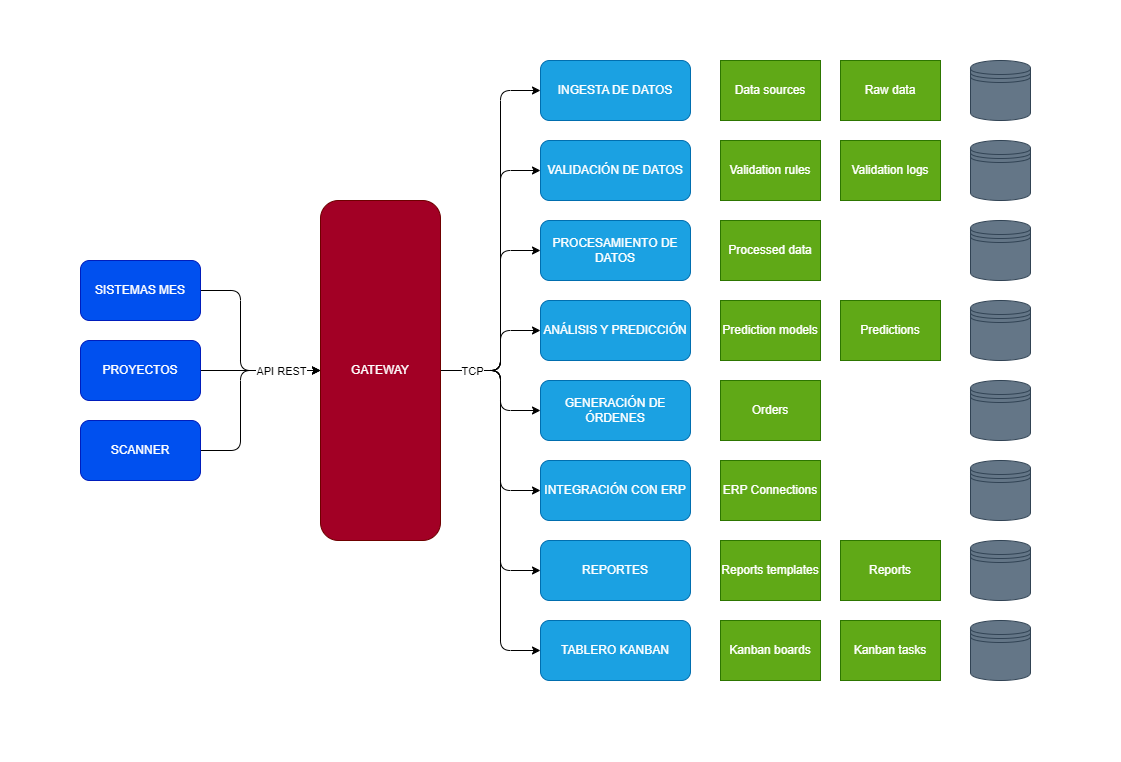
The draw.io diagram diagrams/arquitecturaInicial.drawio.png in SupplyChainKanban/sck_data-ingestion_ms, before a commit. Source tidied: cells renumbered, new cells last; positions are measured from the earlier drawing's top-left corner, leaving out a move shared by most shapes.
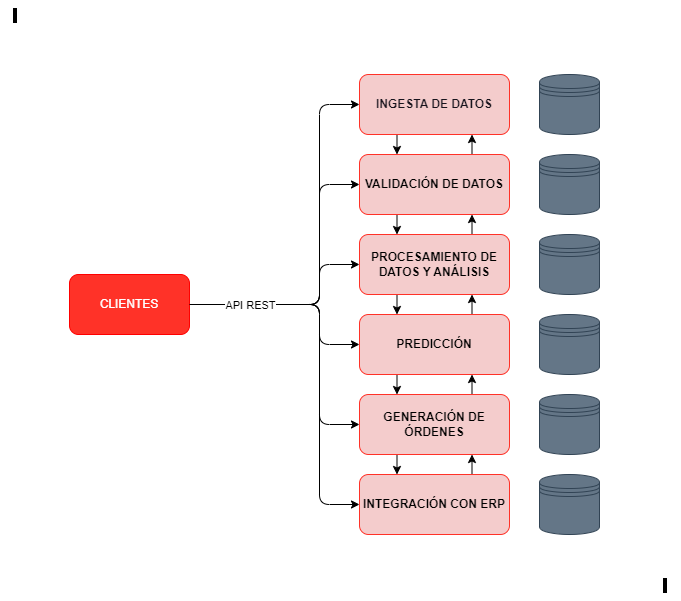
Later version of the same file.

Diff of the diagram source:
```diff
@@ -2,182 +2,115 @@
   <root>
     <mxCell id="0" />
     <mxCell id="1" parent="0" />
-    <mxCell id="2" style="edgeStyle=none;html=1;exitX=1;exitY=0.5;exitDx=0;exitDy=0;" parent="1" edge="1" source="3">
-      <mxGeometry relative="1" as="geometry">
-        <mxPoint x="320" y="370" as="targetPoint" />
-        <Array as="points">
-          <mxPoint x="240" y="290" />
-          <mxPoint x="240" y="370" />
-        </Array>
-      </mxGeometry>
-    </mxCell>
-    <mxCell id="3" value="SISTEMAS MES" style="rounded=1;whiteSpace=wrap;html=1;fillColor=#0050ef;fontColor=#ffffff;strokeColor=#001DBC;" parent="1" vertex="1">
-      <mxGeometry x="80" y="260" width="120" height="60" as="geometry" />
-    </mxCell>
-    <mxCell id="4" style="edgeStyle=none;html=1;exitX=1;exitY=0.5;exitDx=0;exitDy=0;entryX=0;entryY=0.5;entryDx=0;entryDy=0;" parent="1" edge="1" source="5" target="18">
-      <mxGeometry relative="1" as="geometry" />
-    </mxCell>
-    <mxCell id="5" value="PROYECTOS" style="rounded=1;whiteSpace=wrap;html=1;fillColor=#0050ef;fontColor=#ffffff;strokeColor=#001DBC;" parent="1" vertex="1">
-      <mxGeometry x="80" y="340" width="120" height="60" as="geometry" />
-    </mxCell>
-    <mxCell id="6" style="edgeStyle=none;html=1;exitX=1;exitY=0.5;exitDx=0;exitDy=0;" parent="1" edge="1" source="8">
-      <mxGeometry relative="1" as="geometry">
-        <mxPoint x="320" y="370" as="targetPoint" />
-        <Array as="points">
-          <mxPoint x="240" y="450" />
-          <mxPoint x="240" y="370" />
-        </Array>
-      </mxGeometry>
-    </mxCell>
-    <mxCell id="7" value="API REST" style="edgeLabel;html=1;align=center;verticalAlign=middle;" parent="6" vertex="1">
-      <mxGeometry x="0.47" relative="1" as="geometry">
-        <mxPoint x="13" as="offset" />
-      </mxGeometry>
-    </mxCell>
-    <mxCell id="8" value="SCANNER" style="rounded=1;whiteSpace=wrap;html=1;fillColor=#0050ef;fontColor=#ffffff;strokeColor=#001DBC;" parent="1" vertex="1">
-      <mxGeometry x="80" y="420" width="120" height="60" as="geometry" />
-    </mxCell>
-    <mxCell id="9" style="edgeStyle=none;html=1;exitX=1;exitY=0.5;exitDx=0;exitDy=0;entryX=0;entryY=0.5;entryDx=0;entryDy=0;" parent="1" edge="1" source="18" target="19">
-      <mxGeometry relative="1" as="geometry">
-        <Array as="points">
-          <mxPoint x="500" y="370" />
-          <mxPoint x="500" y="90" />
-        </Array>
-      </mxGeometry>
-    </mxCell>
-    <mxCell id="10" style="edgeStyle=none;html=1;exitX=1;exitY=0.5;exitDx=0;exitDy=0;entryX=0;entryY=0.5;entryDx=0;entryDy=0;" parent="1" edge="1" source="18" target="26">
-      <mxGeometry relative="1" as="geometry">
-        <Array as="points">
-          <mxPoint x="500" y="370" />
-          <mxPoint x="500" y="650" />
-        </Array>
-      </mxGeometry>
-    </mxCell>
-    <mxCell id="11" style="edgeStyle=none;html=1;exitX=1;exitY=0.5;exitDx=0;exitDy=0;entryX=0;entryY=0.5;entryDx=0;entryDy=0;" parent="1" edge="1" source="18" target="20">
-      <mxGeometry relative="1" as="geometry">
-        <Array as="points">
-          <mxPoint x="500" y="370" />
-          <mxPoint x="500" y="170" />
-        </Array>
-      </mxGeometry>
-    </mxCell>
-    <mxCell id="12" style="edgeStyle=none;html=1;exitX=1;exitY=0.5;exitDx=0;exitDy=0;entryX=0;entryY=0.5;entryDx=0;entryDy=0;" parent="1" edge="1" source="18" target="25">
-      <mxGeometry relative="1" as="geometry">
-        <Array as="points">
-          <mxPoint x="500" y="370" />
-          <mxPoint x="500" y="570" />
-        </Array>
-      </mxGeometry>
-    </mxCell>
-    <mxCell id="13" style="edgeStyle=none;html=1;exitX=1;exitY=0.5;exitDx=0;exitDy=0;entryX=0;entryY=0.5;entryDx=0;entryDy=0;" parent="1" edge="1" source="18" target="21">
-      <mxGeometry relative="1" as="geometry">
-        <Array as="points">
-          <mxPoint x="500" y="370" />
-          <mxPoint x="500" y="250" />
-        </Array>
-      </mxGeometry>
-    </mxCell>
-    <mxCell id="14" style="edgeStyle=none;html=1;exitX=1;exitY=0.5;exitDx=0;exitDy=0;entryX=0;entryY=0.5;entryDx=0;entryDy=0;" parent="1" edge="1" source="18" target="24">
-      <mxGeometry relative="1" as="geometry">
-        <Array as="points">
-          <mxPoint x="500" y="370" />
-          <mxPoint x="500" y="490" />
-        </Array>
-      </mxGeometry>
-    </mxCell>
-    <mxCell id="15" style="edgeStyle=none;html=1;exitX=1;exitY=0.5;exitDx=0;exitDy=0;entryX=0;entryY=0.5;entryDx=0;entryDy=0;" parent="1" edge="1" source="18" target="22">
-      <mxGeometry relative="1" as="geometry">
-        <Array as="points">
-          <mxPoint x="500" y="370" />
-          <mxPoint x="500" y="330" />
-        </Array>
-      </mxGeometry>
-    </mxCell>
-    <mxCell id="16" style="edgeStyle=none;html=1;exitX=1;exitY=0.5;exitDx=0;exitDy=0;entryX=0;entryY=0.5;entryDx=0;entryDy=0;" parent="1" edge="1" source="18" target="23">
-      <mxGeometry relative="1" as="geometry">
-        <Array as="points">
-          <mxPoint x="500" y="370" />
-          <mxPoint x="500" y="410" />
-        </Array>
-      </mxGeometry>
-    </mxCell>
-    <mxCell id="17" value="TCP" style="edgeLabel;html=1;align=center;verticalAlign=middle;" parent="16" vertex="1">
-      <mxGeometry x="-0.39" relative="1" as="geometry">
-        <mxPoint x="-12" as="offset" />
-      </mxGeometry>
-    </mxCell>
-    <mxCell id="18" value="GATEWAY" style="rounded=1;whiteSpace=wrap;html=1;fillColor=#a20025;fontColor=#ffffff;strokeColor=#6F0000;" parent="1" vertex="1">
-      <mxGeometry x="320" y="200" width="120" height="340" as="geometry" />
+    <mxCell id="18" value="CLIENTES" style="rounded=1;whiteSpace=wrap;html=1;fillColor=#ff3228;fontColor=#ffffff;strokeColor=#FF0000;" parent="1" vertex="1">
+      <mxGeometry x="500" y="420" width="120" height="60" as="geometry" />
     </mxCell>
-    <mxCell id="19" value="INGESTA DE DATOS" style="rounded=1;whiteSpace=wrap;html=1;fillColor=#1ba1e2;fontColor=#ffffff;strokeColor=#006EAF;" parent="1" vertex="1">
-      <mxGeometry x="540" y="60" width="150" height="60" as="geometry" />
-    </mxCell>
-    <mxCell id="20" value="VALIDACIÓN DE DATOS" style="rounded=1;whiteSpace=wrap;html=1;fillColor=#1ba1e2;fontColor=#ffffff;strokeColor=#006EAF;" parent="1" vertex="1">
-      <mxGeometry x="540" y="140" width="150" height="60" as="geometry" />
-    </mxCell>
-    <mxCell id="21" value="PROCESAMIENTO DE DATOS" style="rounded=1;whiteSpace=wrap;html=1;fillColor=#1ba1e2;fontColor=#ffffff;strokeColor=#006EAF;" parent="1" vertex="1">
-      <mxGeometry x="540" y="220" width="150" height="60" as="geometry" />
-    </mxCell>
-    <mxCell id="22" value="ANÁLISIS Y PREDICCIÓN" style="rounded=1;whiteSpace=wrap;html=1;fillColor=#1ba1e2;fontColor=#ffffff;strokeColor=#006EAF;" parent="1" vertex="1">
-      <mxGeometry x="540" y="300" width="150" height="60" as="geometry" />
-    </mxCell>
-    <mxCell id="23" value="GENERACIÓN DE ÓRDENES" style="rounded=1;whiteSpace=wrap;html=1;fillColor=#1ba1e2;fontColor=#ffffff;strokeColor=#006EAF;" parent="1" vertex="1">
-      <mxGeometry x="540" y="380" width="150" height="60" as="geometry" />
-    </mxCell>
-    <mxCell id="24" value="INTEGRACIÓN CON ERP" style="rounded=1;whiteSpace=wrap;html=1;fillColor=#1ba1e2;fontColor=#ffffff;strokeColor=#006EAF;" parent="1" vertex="1">
-      <mxGeometry x="540" y="460" width="150" height="60" as="geometry" />
+    <mxCell id="24" style="edgeStyle=none;html=1;exitX=1;exitY=0.5;exitDx=0;exitDy=0;entryX=0;entryY=0.5;entryDx=0;entryDy=0;" parent="1" edge="1" target="11">
+      <mxGeometry relative="1" as="geometry">
+        <mxPoint x="690" y="450" as="sourcePoint" />
+        <Array as="points">
+          <mxPoint x="750" y="450" />
+          <mxPoint x="750" y="250" />
+        </Array>
+      </mxGeometry>
     </mxCell>
-    <mxCell id="25" value="REPORTES" style="rounded=1;whiteSpace=wrap;html=1;fillColor=#1ba1e2;fontColor=#ffffff;strokeColor=#006EAF;" parent="1" vertex="1">
-      <mxGeometry x="540" y="540" width="150" height="60" as="geometry" />
+    <mxCell id="25" style="edgeStyle=none;html=1;exitX=1;exitY=0.5;exitDx=0;exitDy=0;entryX=0;entryY=0.5;entryDx=0;entryDy=0;" parent="1" edge="1" target="16">
+      <mxGeometry relative="1" as="geometry">
+        <mxPoint x="690" y="450" as="sourcePoint" />
+        <Array as="points">
+          <mxPoint x="750" y="450" />
+          <mxPoint x="750" y="650" />
+        </Array>
+      </mxGeometry>
     </mxCell>
-    <mxCell id="26" value="TABLERO KANBAN" style="rounded=1;whiteSpace=wrap;html=1;fillColor=#1ba1e2;fontColor=#ffffff;strokeColor=#006EAF;" parent="1" vertex="1">
-      <mxGeometry x="540" y="620" width="150" height="60" as="geometry" />
+    <mxCell id="26" style="edgeStyle=none;html=1;exitX=1;exitY=0.5;exitDx=0;exitDy=0;entryX=0;entryY=0.5;entryDx=0;entryDy=0;" parent="1" edge="1" target="12">
+      <mxGeometry relative="1" as="geometry">
+        <mxPoint x="690" y="450" as="sourcePoint" />
+        <Array as="points">
+          <mxPoint x="750" y="450" />
+          <mxPoint x="750" y="330" />
+        </Array>
+      </mxGeometry>
     </mxCell>
-    <mxCell id="27" value="Data sources" style="rounded=0;whiteSpace=wrap;html=1;fillColor=#60a917;fontColor=#ffffff;strokeColor=#2D7600;" parent="1" vertex="1">
-      <mxGeometry x="720" y="60" width="100" height="60" as="geometry" />
-    </mxCell>
-    <mxCell id="28" value="Raw data" style="rounded=0;whiteSpace=wrap;html=1;fillColor=#60a917;fontColor=#ffffff;strokeColor=#2D7600;" parent="1" vertex="1">
-      <mxGeometry x="840" y="60" width="100" height="60" as="geometry" />
-    </mxCell>
-    <mxCell id="29" value="Validation rules" style="rounded=0;whiteSpace=wrap;html=1;fillColor=#60a917;fontColor=#ffffff;strokeColor=#2D7600;" parent="1" vertex="1">
-      <mxGeometry x="720" y="140" width="100" height="60" as="geometry" />
-    </mxCell>
-    <mxCell id="30" value="Validation logs" style="rounded=0;whiteSpace=wrap;html=1;fillColor=#60a917;fontColor=#ffffff;strokeColor=#2D7600;" parent="1" vertex="1">
-      <mxGeometry x="840" y="140" width="100" height="60" as="geometry" />
-    </mxCell>
-    <mxCell id="31" value="Processed data" style="rounded=0;whiteSpace=wrap;html=1;fillColor=#60a917;fontColor=#ffffff;strokeColor=#2D7600;" parent="1" vertex="1">
-      <mxGeometry x="720" y="220" width="100" height="60" as="geometry" />
-    </mxCell>
-    <mxCell id="32" value="Prediction models" style="rounded=0;whiteSpace=wrap;html=1;fillColor=#60a917;fontColor=#ffffff;strokeColor=#2D7600;" parent="1" vertex="1">
-      <mxGeometry x="720" y="300" width="100" height="60" as="geometry" />
-    </mxCell>
-    <mxCell id="33" value="Predictions" style="rounded=0;whiteSpace=wrap;html=1;fillColor=#60a917;fontColor=#ffffff;strokeColor=#2D7600;" parent="1" vertex="1">
-      <mxGeometry x="840" y="300" width="100" height="60" as="geometry" />
-    </mxCell>
-    <mxCell id="34" value="Orders" style="rounded=0;whiteSpace=wrap;html=1;fillColor=#60a917;fontColor=#ffffff;strokeColor=#2D7600;" parent="1" vertex="1">
-      <mxGeometry x="720" y="380" width="100" height="60" as="geometry" />
-    </mxCell>
-    <mxCell id="35" value="ERP Connections" style="rounded=0;whiteSpace=wrap;html=1;fillColor=#60a917;fontColor=#ffffff;strokeColor=#2D7600;" parent="1" vertex="1">
-      <mxGeometry x="720" y="460" width="100" height="60" as="geometry" />
-    </mxCell>
-    <mxCell id="36" value="Reports templates" style="rounded=0;whiteSpace=wrap;html=1;fillColor=#60a917;fontColor=#ffffff;strokeColor=#2D7600;" parent="1" vertex="1">
-      <mxGeometry x="720" y="540" width="100" height="60" as="geometry" />
-    </mxCell>
-    <mxCell id="37" value="Reports" style="rounded=0;whiteSpace=wrap;html=1;fillColor=#60a917;fontColor=#ffffff;strokeColor=#2D7600;" parent="1" vertex="1">
-      <mxGeometry x="840" y="540" width="100" height="60" as="geometry" />
-    </mxCell>
-    <mxCell id="38" value="Kanban boards" style="rounded=0;whiteSpace=wrap;html=1;fillColor=#60a917;fontColor=#ffffff;strokeColor=#2D7600;" parent="1" vertex="1">
-      <mxGeometry x="720" y="620" width="100" height="60" as="geometry" />
-    </mxCell>
-    <mxCell id="39" value="Kanban tasks" style="rounded=0;whiteSpace=wrap;html=1;fillColor=#60a917;fontColor=#ffffff;strokeColor=#2D7600;" parent="1" vertex="1">
-      <mxGeometry x="840" y="620" width="100" height="60" as="geometry" />
-    </mxCell>
-    <mxCell id="40" style="shape=datastore;whiteSpace=wrap;html=1;fillColor=#647687;fontColor=#ffffff;strokeColor=#314354;" parent="1" vertex="1">
-      <mxGeometry x="970" y="60" width="60" height="60" as="geometry" />
-    </mxCell>
-    <mxCell id="41" style="shape=datastore;whiteSpace=wrap;html=1;fillColor=#647687;fontColor=#ffffff;strokeColor=#314354;" parent="1" vertex="1">
-      <mxGeometry x="970" y="140" width="60" height="60" as="geometry" />
-    </mxCell>
+    <mxCell id="4" style="edgeStyle=none;html=1;exitX=1;exitY=0.5;exitDx=0;exitDy=0;entryX=0;entryY=0.5;entryDx=0;entryDy=0;" parent="1" edge="1" target="15">
+      <mxGeometry relative="1" as="geometry">
+        <mxPoint x="690" y="450" as="sourcePoint" />
+        <Array as="points">
+          <mxPoint x="750" y="450" />
+          <mxPoint x="750" y="570" />
+        </Array>
+      </mxGeometry>
+    </mxCell>
+    <mxCell id="2" style="edgeStyle=none;html=1;exitX=1;exitY=0.5;exitDx=0;exitDy=0;entryX=0;entryY=0.5;entryDx=0;entryDy=0;" parent="1" edge="1" target="13">
+      <mxGeometry relative="1" as="geometry">
+        <mxPoint x="690" y="450" as="sourcePoint" />
+        <Array as="points">
+          <mxPoint x="750" y="450" />
+          <mxPoint x="750" y="410" />
+        </Array>
+      </mxGeometry>
+    </mxCell>
+    <mxCell id="6" style="edgeStyle=none;html=1;exitX=1;exitY=0.5;exitDx=0;exitDy=0;entryX=0;entryY=0.5;entryDx=0;entryDy=0;" parent="1" edge="1" source="18" target="14">
+      <mxGeometry relative="1" as="geometry">
+        <Array as="points">
+          <mxPoint x="750" y="450" />
+          <mxPoint x="750" y="490" />
+        </Array>
+      </mxGeometry>
+    </mxCell>
+    <mxCell id="7" value="API REST" style="edgeLabel;html=1;align=center;verticalAlign=middle;" parent="6" vertex="1">
+      <mxGeometry x="-0.39" relative="1" as="geometry">
+        <mxPoint x="-4" as="offset" />
+      </mxGeometry>
+    </mxCell>
+    <mxCell id="50" style="edgeStyle=none;html=1;exitX=0.25;exitY=1;exitDx=0;exitDy=0;entryX=0.25;entryY=0;entryDx=0;entryDy=0;fontColor=#000000;" parent="1" edge="1" source="11" target="12">
+      <mxGeometry relative="1" as="geometry" />
+    </mxCell>
+    <mxCell id="11" value="&lt;font color=&quot;#18141d&quot;&gt;&lt;b&gt;INGESTA DE DATOS&lt;/b&gt;&lt;/font&gt;" style="rounded=1;whiteSpace=wrap;html=1;fillColor=#F4CCCC;fontColor=#ffffff;strokeColor=#ff3228;" parent="1" vertex="1">
+      <mxGeometry x="790" y="220" width="150" height="60" as="geometry" />
+    </mxCell>
+    <mxCell id="51" style="edgeStyle=none;html=1;exitX=0.75;exitY=0;exitDx=0;exitDy=0;entryX=0.75;entryY=1;entryDx=0;entryDy=0;fontColor=#000000;" parent="1" edge="1" source="12" target="11">
+      <mxGeometry relative="1" as="geometry" />
+    </mxCell>
+    <mxCell id="52" style="edgeStyle=none;html=1;exitX=0.25;exitY=1;exitDx=0;exitDy=0;entryX=0.25;entryY=0;entryDx=0;entryDy=0;fontColor=#000000;" parent="1" edge="1" source="12" target="13">
+      <mxGeometry relative="1" as="geometry" />
+    </mxCell>
+    <mxCell id="12" value="&lt;font color=&quot;#000000&quot;&gt;&lt;b&gt;VALIDACIÓN DE DATOS&lt;/b&gt;&lt;/font&gt;" style="rounded=1;whiteSpace=wrap;html=1;fillColor=#F4CCCC;fontColor=#ffffff;strokeColor=#ff3228;" parent="1" vertex="1">
+      <mxGeometry x="790" y="300" width="150" height="60" as="geometry" />
+    </mxCell>
+    <mxCell id="53" style="edgeStyle=none;html=1;exitX=0.75;exitY=0;exitDx=0;exitDy=0;entryX=0.75;entryY=1;entryDx=0;entryDy=0;fontColor=#000000;" parent="1" edge="1" source="13" target="12">
+      <mxGeometry relative="1" as="geometry" />
+    </mxCell>
+    <mxCell id="54" style="edgeStyle=none;html=1;exitX=0.25;exitY=1;exitDx=0;exitDy=0;entryX=0.25;entryY=0;entryDx=0;entryDy=0;fontColor=#000000;" parent="1" edge="1" source="13" target="14">
+      <mxGeometry relative="1" as="geometry" />
+    </mxCell>
+    <mxCell id="13" value="&lt;font color=&quot;#000000&quot;&gt;&lt;b&gt;PROCESAMIENTO DE DATOS Y ANÁLISIS&lt;/b&gt;&lt;/font&gt;" style="rounded=1;whiteSpace=wrap;html=1;fillColor=#F4CCCC;fontColor=#ffffff;strokeColor=#ff3228;" parent="1" vertex="1">
+      <mxGeometry x="790" y="380" width="150" height="60" as="geometry" />
+    </mxCell>
+    <mxCell id="55" style="edgeStyle=none;html=1;exitX=0.75;exitY=0;exitDx=0;exitDy=0;entryX=0.75;entryY=1;entryDx=0;entryDy=0;fontColor=#000000;" parent="1" edge="1" source="14" target="13">
+      <mxGeometry relative="1" as="geometry" />
+    </mxCell>
+    <mxCell id="56" style="edgeStyle=none;html=1;exitX=0.25;exitY=1;exitDx=0;exitDy=0;entryX=0.25;entryY=0;entryDx=0;entryDy=0;fontColor=#000000;" parent="1" edge="1" source="14" target="15">
+      <mxGeometry relative="1" as="geometry" />
+    </mxCell>
+    <mxCell id="14" value="&lt;font color=&quot;#000000&quot;&gt;&lt;b&gt;PREDICCIÓN&lt;/b&gt;&lt;/font&gt;" style="rounded=1;whiteSpace=wrap;html=1;fillColor=#F4CCCC;fontColor=#ffffff;strokeColor=#ff3228;" parent="1" vertex="1">
+      <mxGeometry x="790" y="460" width="150" height="60" as="geometry" />
+    </mxCell>
+    <mxCell id="57" style="edgeStyle=none;html=1;exitX=0.75;exitY=0;exitDx=0;exitDy=0;entryX=0.75;entryY=1;entryDx=0;entryDy=0;fontColor=#000000;" parent="1" edge="1" source="15" target="14">
+      <mxGeometry relative="1" as="geometry" />
+    </mxCell>
+    <mxCell id="58" style="edgeStyle=none;html=1;exitX=0.25;exitY=1;exitDx=0;exitDy=0;entryX=0.25;entryY=0;entryDx=0;entryDy=0;fontColor=#000000;" parent="1" edge="1" source="15" target="16">
+      <mxGeometry relative="1" as="geometry" />
+    </mxCell>
+    <mxCell id="15" value="&lt;font color=&quot;#000000&quot;&gt;&lt;b&gt;GENERACIÓN DE ÓRDENES&lt;/b&gt;&lt;/font&gt;" style="rounded=1;whiteSpace=wrap;html=1;fillColor=#F4CCCC;fontColor=#ffffff;strokeColor=#ff3228;" parent="1" vertex="1">
+      <mxGeometry x="790" y="540" width="150" height="60" as="geometry" />
+    </mxCell>
+    <mxCell id="59" style="edgeStyle=none;html=1;exitX=0.75;exitY=0;exitDx=0;exitDy=0;entryX=0.75;entryY=1;entryDx=0;entryDy=0;fontColor=#000000;" parent="1" edge="1" source="16" target="15">
+      <mxGeometry relative="1" as="geometry" />
+    </mxCell>
+    <mxCell id="16" value="&lt;font color=&quot;#000000&quot;&gt;&lt;b&gt;INTEGRACIÓN CON ERP&lt;/b&gt;&lt;/font&gt;" style="rounded=1;whiteSpace=wrap;html=1;fillColor=#F4CCCC;fontColor=#ffffff;strokeColor=#ff3228;" parent="1" vertex="1">
+      <mxGeometry x="790" y="620" width="150" height="60" as="geometry" />
+    </mxCell>
     <mxCell id="42" style="shape=datastore;whiteSpace=wrap;html=1;fillColor=#647687;fontColor=#ffffff;strokeColor=#314354;" parent="1" vertex="1">
       <mxGeometry x="970" y="220" width="60" height="60" as="geometry" />
     </mxCell>
@@ -196,11 +129,11 @@
     <mxCell id="47" style="shape=datastore;whiteSpace=wrap;html=1;fillColor=#647687;fontColor=#ffffff;strokeColor=#314354;" parent="1" vertex="1">
       <mxGeometry x="970" y="620" width="60" height="60" as="geometry" />
     </mxCell>
-    <mxCell id="48" value="&amp;nbsp;" style="text;html=1;align=center;verticalAlign=middle;strokeColor=none;fillColor=none;" parent="1" vertex="1">
-      <mxGeometry width="30" height="30" as="geometry" />
+    <mxCell id="48" value="&amp;nbsp;" style="text;html=1;strokeColor=none;fillColor=none;align=center;verticalAlign=middle;whiteSpace=wrap;rounded=0;labelBackgroundColor=#000000;fontColor=#000000;" parent="1" vertex="1">
+      <mxGeometry x="431" y="146" width="30" height="30" as="geometry" />
     </mxCell>
-    <mxCell id="49" value="&amp;nbsp;" style="text;html=1;align=center;verticalAlign=middle;strokeColor=none;fillColor=none;" parent="1" vertex="1">
-      <mxGeometry x="1090" y="730" width="30" height="30" as="geometry" />
+    <mxCell id="49" value="&amp;nbsp;" style="text;html=1;strokeColor=none;fillColor=none;align=center;verticalAlign=middle;whiteSpace=wrap;rounded=0;labelBackgroundColor=#000000;fontColor=#000000;" parent="1" vertex="1">
+      <mxGeometry x="1081" y="716" width="30" height="30" as="geometry" />
     </mxCell>
   </root>
 </mxGraphModel>
```
